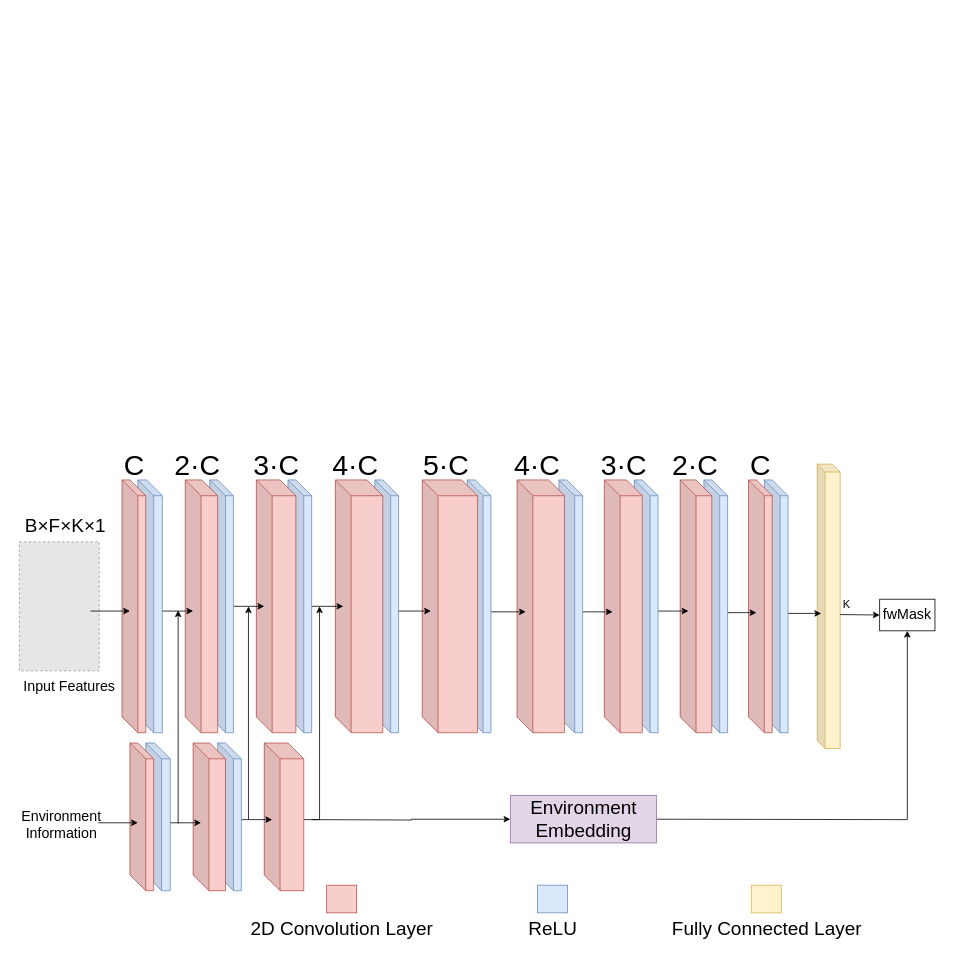
The draw.io diagram page "第 1 页" (1 of 2) of model/未命名绘图.drawio in linan2/A-Convolutional-Recurrent-Neural-Network-for-Real-Time-Speech-Enhancement, before the edit. Source tidied: cells renumbered, new cells numbered last; positions are measured from the earlier drawing's top-left corner, leaving out a move shared by most shapes. Both pictures are drawn from the tidied source at 79%, with x=0, y=0 at pixel (13, 441). Pictures stored in the file or linked from it are replaced by grey dashed boxes.
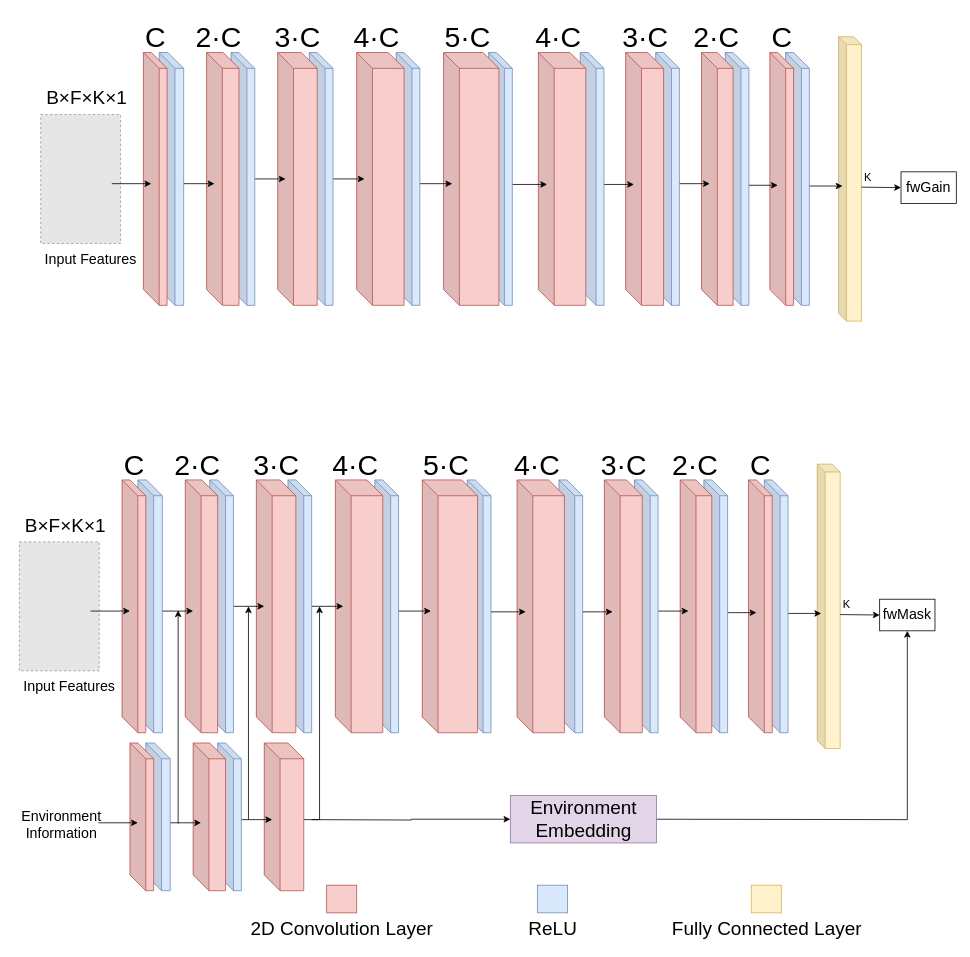
The same page after the edit.

Commit message (it also covers changes not shown here):
更新未命名绘图.drawio

Diff of the diagram source:
```diff
@@
+    <mxCell id="67" style="fillColor=#E6E6E6;strokeColor=#999999;dashed=1;verticalLabelPosition=bottom;labelBackgroundColor=default;verticalAlign=top;" parent="1" vertex="1">
+      <mxGeometry x="34" y="-413.6" width="101.1" height="163.3" as="geometry" />
+    </mxCell>
+    <mxCell id="68" style="shape=cube;whiteSpace=wrap;html=1;boundedLbl=1;backgroundOutline=1;darkOpacity=0.05;darkOpacity2=0.1;fillColor=#fff2cc;strokeColor=#d6b656;size=10;" parent="1" vertex="1">
+      <mxGeometry x="1044" y="-512" width="29" height="360" as="geometry" />
+    </mxCell>
+    <mxCell id="69" style="endArrow=classic;html=1;rounded=0;" parent="1" edge="1">
+      <mxGeometry relative="1" as="geometry">
+        <mxPoint x="999" y="-323" as="sourcePoint" />
+        <mxPoint x="1049" y="-323" as="targetPoint" />
+      </mxGeometry>
+    </mxCell>
+    <mxCell id="70" style="shape=cube;whiteSpace=wrap;html=1;boundedLbl=1;backgroundOutline=1;darkOpacity=0.05;darkOpacity2=0.1;fillColor=#dae8fc;strokeColor=#6c8ebf;" parent="1" vertex="1">
+      <mxGeometry x="977" y="-492" width="30" height="320" as="geometry" />
+    </mxCell>
+    <mxCell id="71" style="shape=cube;whiteSpace=wrap;html=1;boundedLbl=1;backgroundOutline=1;darkOpacity=0.05;darkOpacity2=0.1;fillColor=#f8cecc;strokeColor=#b85450;" parent="1" vertex="1">
+      <mxGeometry x="957" y="-492" width="30" height="320" as="geometry" />
+    </mxCell>
+    <mxCell id="72" style="endArrow=classic;html=1;rounded=0;" parent="1" edge="1">
+      <mxGeometry relative="1" as="geometry">
+        <mxPoint x="917" y="-324" as="sourcePoint" />
+        <mxPoint x="967" y="-324" as="targetPoint" />
+      </mxGeometry>
+    </mxCell>
+    <mxCell id="73" style="shape=cube;whiteSpace=wrap;html=1;boundedLbl=1;backgroundOutline=1;darkOpacity=0.05;darkOpacity2=0.1;fillColor=#dae8fc;strokeColor=#6c8ebf;" parent="1" vertex="1">
+      <mxGeometry x="900.5" y="-492" width="30" height="320" as="geometry" />
+    </mxCell>
+    <mxCell id="74" style="shape=cube;whiteSpace=wrap;html=1;boundedLbl=1;backgroundOutline=1;darkOpacity=0.05;darkOpacity2=0.1;fillColor=#f8cecc;strokeColor=#b85450;" parent="1" vertex="1">
+      <mxGeometry x="870.5" y="-492" width="40" height="320" as="geometry" />
+    </mxCell>
+    <mxCell id="75" style="endArrow=classic;html=1;rounded=0;" parent="1" edge="1">
+      <mxGeometry relative="1" as="geometry">
+        <mxPoint x="831" y="-326" as="sourcePoint" />
+        <mxPoint x="881" y="-326" as="targetPoint" />
+      </mxGeometry>
+    </mxCell>
+    <mxCell id="76" style="shape=cube;whiteSpace=wrap;html=1;boundedLbl=1;backgroundOutline=1;darkOpacity=0.05;darkOpacity2=0.1;fillColor=#dae8fc;strokeColor=#6c8ebf;" parent="1" vertex="1">
+      <mxGeometry x="812.5" y="-492" width="30" height="320" as="geometry" />
+    </mxCell>
+    <mxCell id="77" style="shape=cube;whiteSpace=wrap;html=1;boundedLbl=1;backgroundOutline=1;darkOpacity=0.05;darkOpacity2=0.1;fillColor=#f8cecc;strokeColor=#b85450;" parent="1" vertex="1">
+      <mxGeometry x="774.5" y="-492" width="48" height="320" as="geometry" />
+    </mxCell>
+    <mxCell id="78" style="endArrow=classic;html=1;rounded=0;" parent="1" edge="1">
+      <mxGeometry relative="1" as="geometry">
+        <mxPoint x="735" y="-325" as="sourcePoint" />
+        <mxPoint x="785" y="-325" as="targetPoint" />
+      </mxGeometry>
+    </mxCell>
+    <mxCell id="79" style="shape=cube;whiteSpace=wrap;html=1;boundedLbl=1;backgroundOutline=1;darkOpacity=0.05;darkOpacity2=0.1;fillColor=#dae8fc;strokeColor=#6c8ebf;" parent="1" vertex="1">
+      <mxGeometry x="717" y="-492" width="30" height="320" as="geometry" />
+    </mxCell>
+    <mxCell id="80" style="shape=cube;whiteSpace=wrap;html=1;boundedLbl=1;backgroundOutline=1;darkOpacity=0.05;darkOpacity2=0.1;fillColor=#f8cecc;strokeColor=#b85450;" parent="1" vertex="1">
+      <mxGeometry x="664" y="-492" width="60" height="320" as="geometry" />
+    </mxCell>
+    <mxCell id="81" style="endArrow=classic;html=1;rounded=0;" parent="1" edge="1">
+      <mxGeometry relative="1" as="geometry">
+        <mxPoint x="625" y="-325" as="sourcePoint" />
+        <mxPoint x="675" y="-325" as="targetPoint" />
+      </mxGeometry>
+    </mxCell>
+    <mxCell id="82" style="shape=cube;whiteSpace=wrap;html=1;boundedLbl=1;backgroundOutline=1;darkOpacity=0.05;darkOpacity2=0.1;fillColor=#dae8fc;strokeColor=#6c8ebf;" parent="1" vertex="1">
+      <mxGeometry x="601" y="-492" width="30" height="320" as="geometry" />
+    </mxCell>
+    <mxCell id="83" style="shape=cube;whiteSpace=wrap;html=1;boundedLbl=1;backgroundOutline=1;darkOpacity=0.05;darkOpacity2=0.1;fillColor=#f8cecc;strokeColor=#b85450;" parent="1" vertex="1">
+      <mxGeometry x="544" y="-492" width="70" height="320" as="geometry" />
+    </mxCell>
+    <mxCell id="84" style="endArrow=classic;html=1;rounded=0;" parent="1" edge="1">
+      <mxGeometry relative="1" as="geometry">
+        <mxPoint x="505" y="-326" as="sourcePoint" />
+        <mxPoint x="555" y="-326" as="targetPoint" />
+      </mxGeometry>
+    </mxCell>
+    <mxCell id="85" style="shape=cube;whiteSpace=wrap;html=1;boundedLbl=1;backgroundOutline=1;darkOpacity=0.05;darkOpacity2=0.1;fillColor=#dae8fc;strokeColor=#6c8ebf;" parent="1" vertex="1">
+      <mxGeometry x="484" y="-492" width="30" height="320" as="geometry" />
+    </mxCell>
+    <mxCell id="86" style="shape=cube;whiteSpace=wrap;html=1;boundedLbl=1;backgroundOutline=1;darkOpacity=0.05;darkOpacity2=0.1;fillColor=#f8cecc;strokeColor=#b85450;" parent="1" vertex="1">
+      <mxGeometry x="434" y="-492" width="60" height="320" as="geometry" />
+    </mxCell>
+    <mxCell id="87" style="endArrow=classic;html=1;rounded=0;" parent="1" edge="1">
+      <mxGeometry relative="1" as="geometry">
+        <mxPoint x="394" y="-332" as="sourcePoint" />
+        <mxPoint x="444" y="-332" as="targetPoint" />
+      </mxGeometry>
+    </mxCell>
+    <mxCell id="88" style="shape=cube;whiteSpace=wrap;html=1;boundedLbl=1;backgroundOutline=1;darkOpacity=0.05;darkOpacity2=0.1;fillColor=#dae8fc;strokeColor=#6c8ebf;" parent="1" vertex="1">
+      <mxGeometry x="374" y="-492" width="30" height="320" as="geometry" />
+    </mxCell>
+    <mxCell id="89" style="shape=cube;whiteSpace=wrap;html=1;boundedLbl=1;backgroundOutline=1;darkOpacity=0.05;darkOpacity2=0.1;fillColor=#f8cecc;strokeColor=#b85450;" parent="1" vertex="1">
+      <mxGeometry x="334" y="-492" width="50" height="320" as="geometry" />
+    </mxCell>
+    <mxCell id="90" style="endArrow=classic;html=1;rounded=0;" parent="1" edge="1">
+      <mxGeometry relative="1" as="geometry">
+        <mxPoint x="294" y="-332" as="sourcePoint" />
+        <mxPoint x="344" y="-332" as="targetPoint" />
+      </mxGeometry>
+    </mxCell>
+    <mxCell id="91" style="shape=cube;whiteSpace=wrap;html=1;boundedLbl=1;backgroundOutline=1;darkOpacity=0.05;darkOpacity2=0.1;fillColor=#dae8fc;strokeColor=#6c8ebf;" parent="1" vertex="1">
+      <mxGeometry x="275" y="-492" width="30" height="320" as="geometry" />
+    </mxCell>
+    <mxCell id="92" style="shape=cube;whiteSpace=wrap;html=1;boundedLbl=1;backgroundOutline=1;darkOpacity=0.05;darkOpacity2=0.1;fillColor=#f8cecc;strokeColor=#b85450;" parent="1" vertex="1">
+      <mxGeometry x="244" y="-492" width="41" height="320" as="geometry" />
+    </mxCell>
+    <mxCell id="93" style="endArrow=classic;html=1;rounded=0;" parent="1" edge="1">
+      <mxGeometry relative="1" as="geometry">
+        <mxPoint x="204" y="-326" as="sourcePoint" />
+        <mxPoint x="254" y="-326" as="targetPoint" />
+      </mxGeometry>
+    </mxCell>
+    <mxCell id="94" style="shape=cube;whiteSpace=wrap;html=1;boundedLbl=1;backgroundOutline=1;darkOpacity=0.05;darkOpacity2=0.1;fillColor=#dae8fc;strokeColor=#6c8ebf;" parent="1" vertex="1">
+      <mxGeometry x="184" y="-492" width="31" height="320" as="geometry" />
+    </mxCell>
+    <mxCell id="95" style="shape=cube;whiteSpace=wrap;html=1;boundedLbl=1;backgroundOutline=1;darkOpacity=0.05;darkOpacity2=0.1;fillColor=#f8cecc;strokeColor=#b85450;size=20;" parent="1" vertex="1">
+      <mxGeometry x="164" y="-492" width="30" height="320" as="geometry" />
+    </mxCell>
+    <mxCell id="96" style="endArrow=classic;html=1;rounded=0;" parent="1" edge="1">
+      <mxGeometry relative="1" as="geometry">
+        <mxPoint x="124" y="-326" as="sourcePoint" />
+        <mxPoint x="174" y="-326" as="targetPoint" />
+      </mxGeometry>
+    </mxCell>
+    <mxCell id="97" value="&lt;span style=&quot;font-size: 18px;&quot;&gt;fwGain&lt;/span&gt;" style="whiteSpace=wrap;html=1;" parent="1" vertex="1">
+      <mxGeometry x="1123" y="-341" width="70" height="40" as="geometry" />
+    </mxCell>
+    <mxCell id="98" style="endArrow=classic;html=1;rounded=0;entryX=0;entryY=0.5;entryDx=0;entryDy=0;exitX=1;exitY=0.529;exitDx=0;exitDy=0;exitPerimeter=0;" parent="1" edge="1" source="68" target="97">
+      <mxGeometry relative="1" as="geometry" />
+    </mxCell>
+    <mxCell id="99" value="&lt;font style=&quot;font-size: 36px;&quot;&gt;C&lt;/font&gt;" style="text;html=1;align=center;verticalAlign=middle;strokeColor=none;fillColor=none;fontSize=14;" parent="1" vertex="1">
+      <mxGeometry x="154" y="-541" width="50" height="60" as="geometry" />
+    </mxCell>
+    <mxCell id="100" value="&lt;font style=&quot;font-size: 36px;&quot;&gt;2·C&lt;/font&gt;" style="text;html=1;align=center;verticalAlign=middle;strokeColor=none;fillColor=none;fontSize=14;" parent="1" vertex="1">
+      <mxGeometry x="219" y="-541" width="80" height="60" as="geometry" />
+    </mxCell>
+    <mxCell id="101" value="&lt;font style=&quot;font-size: 36px;&quot;&gt;3·C&lt;/font&gt;" style="text;html=1;align=center;verticalAlign=middle;strokeColor=none;fillColor=none;fontSize=14;" parent="1" vertex="1">
+      <mxGeometry x="319" y="-541" width="80" height="60" as="geometry" />
+    </mxCell>
+    <mxCell id="102" value="&lt;font style=&quot;font-size: 36px;&quot;&gt;4·C&lt;/font&gt;" style="text;html=1;align=center;verticalAlign=middle;strokeColor=none;fillColor=none;fontSize=14;" parent="1" vertex="1">
+      <mxGeometry x="419" y="-541" width="80" height="60" as="geometry" />
+    </mxCell>
+    <mxCell id="103" value="&lt;font style=&quot;font-size: 36px;&quot;&gt;5·C&lt;/font&gt;" style="text;html=1;align=center;verticalAlign=middle;strokeColor=none;fillColor=none;fontSize=14;" parent="1" vertex="1">
+      <mxGeometry x="534" y="-541" width="80" height="60" as="geometry" />
+    </mxCell>
+    <mxCell id="104" value="&lt;font style=&quot;font-size: 36px;&quot;&gt;4·C&lt;/font&gt;" style="text;html=1;align=center;verticalAlign=middle;strokeColor=none;fillColor=none;fontSize=14;" parent="1" vertex="1">
+      <mxGeometry x="649" y="-541" width="80" height="60" as="geometry" />
+    </mxCell>
+    <mxCell id="105" value="&lt;font style=&quot;font-size: 36px;&quot;&gt;3·C&lt;/font&gt;" style="text;html=1;align=center;verticalAlign=middle;strokeColor=none;fillColor=none;fontSize=14;" parent="1" vertex="1">
+      <mxGeometry x="759" y="-541" width="80" height="60" as="geometry" />
+    </mxCell>
+    <mxCell id="106" value="&lt;font style=&quot;font-size: 36px;&quot;&gt;2·C&lt;/font&gt;" style="text;html=1;align=center;verticalAlign=middle;strokeColor=none;fillColor=none;fontSize=14;" parent="1" vertex="1">
+      <mxGeometry x="849" y="-541" width="80" height="60" as="geometry" />
+    </mxCell>
+    <mxCell id="107" value="&lt;font style=&quot;font-size: 36px;&quot;&gt;C&lt;/font&gt;" style="text;html=1;align=center;verticalAlign=middle;strokeColor=none;fillColor=none;fontSize=14;" parent="1" vertex="1">
+      <mxGeometry x="947" y="-541" width="50" height="60" as="geometry" />
+    </mxCell>
+    <mxCell id="108" value="&lt;font style=&quot;font-size: 18px;&quot;&gt;Input Features&lt;/font&gt;" style="text;html=1;align=center;verticalAlign=middle;strokeColor=none;fillColor=none;fontSize=14;" parent="1" vertex="1">
+      <mxGeometry x="27" y="-250.4" width="140" height="40" as="geometry" />
+    </mxCell>
+    <mxCell id="109" value="K" style="text;html=1;align=center;verticalAlign=middle;strokeColor=none;fillColor=none;fontSize=14;" parent="1" vertex="1">
+      <mxGeometry x="1066" y="-349" width="30" height="30" as="geometry" />
+    </mxCell>
+    <mxCell id="110" value="&lt;font style=&quot;font-size: 24px;&quot;&gt;B×F×K×1&lt;/font&gt;" style="text;html=1;align=center;verticalAlign=middle;strokeColor=none;fillColor=none;fontSize=14;" parent="1" vertex="1">
+      <mxGeometry x="27" y="-453.6" width="130" height="40" as="geometry" />
+    </mxCell>
```
